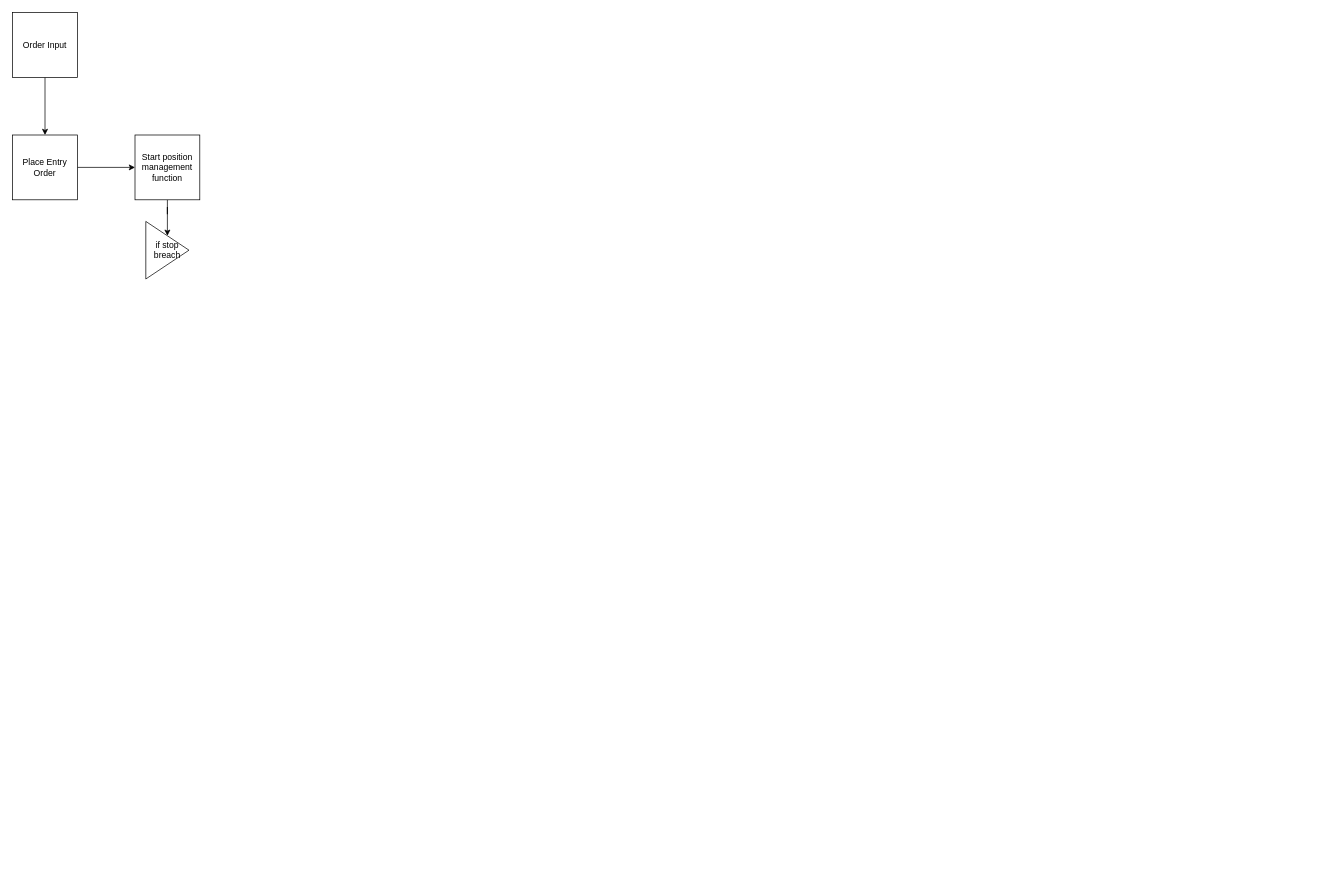
Before: backend/system.drawio in aharvey101/react-crypto-trader, a draw.io diagram. Source tidied: cells renumbered, new cells numbered last; positions are measured from the earlier drawing's top-left corner, leaving out a move shared by most shapes. Both pictures are drawn from the tidied source at 72%, with x=0, y=0 at pixel (12, 12).
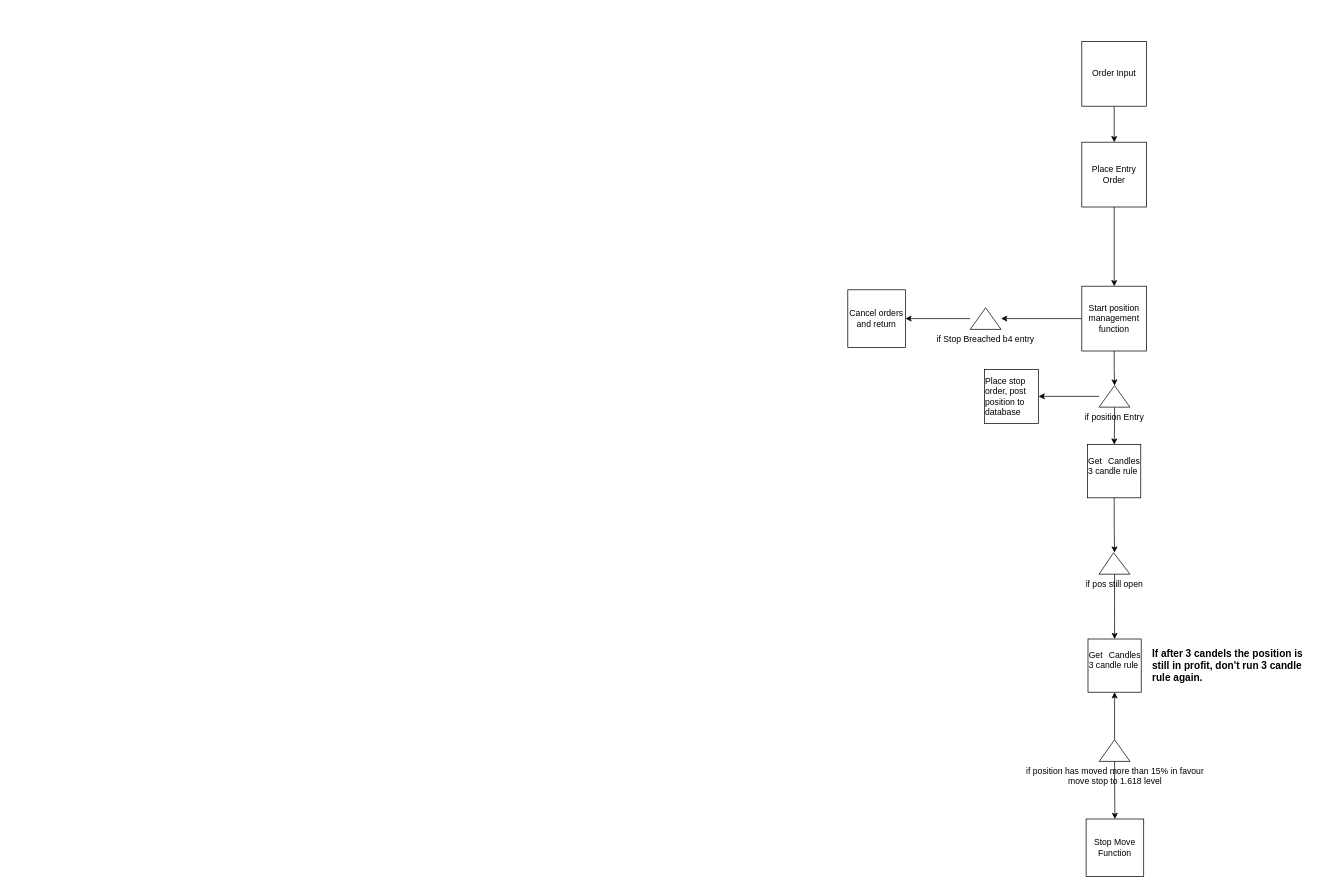
After the change.

Change to the diagram source:
```diff
@@
     <mxCell id="3" value="Order Input" style="whiteSpace=wrap;html=1;" parent="1" vertex="1">
-      <mxGeometry width="90" height="90" as="geometry" />
+      <mxGeometry x="1485" y="40" width="90" height="90" as="geometry" />
     </mxCell>
-    <mxCell id="4" style="edgeStyle=orthogonalEdgeStyle;rounded=0;jettySize=auto;html=1;" parent="1" edge="1" source="5" target="7">
+    <mxCell id="4" style="edgeStyle=orthogonalEdgeStyle;rounded=0;jettySize=auto;html=1;exitX=0.5;exitY=1;exitDx=0;exitDy=0;" parent="1" edge="1" source="5" target="7">
       <mxGeometry relative="1" as="geometry" />
     </mxCell>
     <mxCell id="5" value="Place Entry Order" style="whiteSpace=wrap;html=1;" parent="1" vertex="1">
-      <mxGeometry y="170" width="90" height="90" as="geometry" />
+      <mxGeometry x="1485" y="180" width="90" height="90" as="geometry" />
     </mxCell>
-    <mxCell id="6" style="edgeStyle=orthogonalEdgeStyle;rounded=0;jettySize=auto;html=1;" parent="1" edge="1" source="7" target="8">
-      <mxGeometry relative="1" as="geometry" />
-    </mxCell>
+    <mxCell id="9" style="edgeStyle=orthogonalEdgeStyle;rounded=0;jettySize=auto;html=1;" parent="1" edge="1" source="7" target="16">
+      <mxGeometry relative="1" as="geometry" />
+    </mxCell>
+    <mxCell id="10" style="edgeStyle=orthogonalEdgeStyle;rounded=0;jettySize=auto;html=1;" parent="1" edge="1" source="7" target="14">
+      <mxGeometry relative="1" as="geometry" />
+    </mxCell>
     <mxCell id="7" value="Start position management function" style="whiteSpace=wrap;html=1;" parent="1" vertex="1">
-      <mxGeometry x="170" y="170" width="90" height="90" as="geometry" />
+      <mxGeometry x="1485" y="380" width="90" height="90" as="geometry" />
     </mxCell>
-    <mxCell id="8" value="if stop breach" style="triangle;whiteSpace=wrap;html=1;rotation=0;" parent="1" vertex="1">
-      <mxGeometry x="185" y="290" width="60" height="80" as="geometry" />
-    </mxCell>
+    <mxCell id="11" value="Cancel orders and return" style="whiteSpace=wrap;html=1;" parent="1" vertex="1">
+      <mxGeometry x="1160" y="385" width="80" height="80" as="geometry" />
+    </mxCell>
+    <mxCell id="12" style="edgeStyle=orthogonalEdgeStyle;rounded=0;jettySize=auto;html=1;" parent="1" edge="1" source="14" target="18">
+      <mxGeometry relative="1" as="geometry" />
+    </mxCell>
+    <mxCell id="13" style="edgeStyle=orthogonalEdgeStyle;rounded=0;jettySize=auto;html=1;" parent="1" edge="1" source="14" target="17">
+      <mxGeometry relative="1" as="geometry" />
+    </mxCell>
+    <mxCell id="14" value="if position Entry" style="verticalLabelPosition=bottom;verticalAlign=top;html=1;shape=mxgraph.basic.acute_triangle;dx=0.5;" parent="1" vertex="1">
+      <mxGeometry x="1509" y="518" width="42.9" height="30" as="geometry" />
+    </mxCell>
+    <mxCell id="15" style="edgeStyle=orthogonalEdgeStyle;rounded=0;jettySize=auto;html=1;entryX=1;entryY=0.5;entryDx=0;entryDy=0;" parent="1" edge="1" source="16" target="11">
+      <mxGeometry relative="1" as="geometry" />
+    </mxCell>
+    <mxCell id="16" value="&lt;div style=&quot;text-align: justify&quot;&gt;&lt;span&gt;if Stop Breached b4 entry&lt;/span&gt;&lt;/div&gt;" style="verticalLabelPosition=bottom;verticalAlign=top;html=1;shape=mxgraph.basic.acute_triangle;dx=0.5;" parent="1" vertex="1">
+      <mxGeometry x="1330" y="410" width="42.9" height="30" as="geometry" />
+    </mxCell>
+    <mxCell id="17" value="&lt;div style=&quot;text-align: left&quot;&gt;&lt;span&gt;Place stop order, post position to database&lt;/span&gt;&lt;br&gt;&lt;/div&gt;" style="whiteSpace=wrap;html=1;" parent="1" vertex="1">
+      <mxGeometry x="1350" y="495.5" width="75" height="75" as="geometry" />
+    </mxCell>
+    <mxCell id="18" value="&lt;div style=&quot;text-align: justify&quot;&gt;&lt;span&gt;G&lt;/span&gt;&lt;span&gt;et Candles 3 candle rule&lt;/span&gt;&lt;/div&gt;&lt;div style=&quot;text-align: justify&quot;&gt;&lt;span&gt;&lt;br&gt;&lt;/span&gt;&lt;/div&gt;" style="whiteSpace=wrap;html=1;" parent="1" vertex="1">
+      <mxGeometry x="1493" y="600" width="73.9" height="73.9" as="geometry" />
+    </mxCell>
+    <mxCell id="19" value="&lt;div style=&quot;text-align: justify&quot;&gt;&lt;span&gt;G&lt;/span&gt;&lt;span&gt;et Candles 3 candle rule&lt;/span&gt;&lt;/div&gt;&lt;div style=&quot;text-align: justify&quot;&gt;&lt;span&gt;&lt;br&gt;&lt;/span&gt;&lt;/div&gt;" style="whiteSpace=wrap;html=1;" parent="1" vertex="1">
+      <mxGeometry x="1493.6" y="870" width="73.9" height="73.9" as="geometry" />
+    </mxCell>
+    <mxCell id="20" style="edgeStyle=orthogonalEdgeStyle;rounded=0;jettySize=auto;html=1;" parent="1" edge="1" source="22" target="19">
+      <mxGeometry relative="1" as="geometry" />
+    </mxCell>
+    <mxCell id="21" style="edgeStyle=orthogonalEdgeStyle;rounded=0;jettySize=auto;html=1;" parent="1" edge="1" source="22" target="27">
+      <mxGeometry relative="1" as="geometry" />
+    </mxCell>
+    <mxCell id="22" value="if position has moved more than 15% in favour&lt;br&gt;move stop to 1.618 level" style="verticalLabelPosition=bottom;verticalAlign=top;html=1;shape=mxgraph.basic.acute_triangle;dx=0.5;" parent="1" vertex="1">
+      <mxGeometry x="1509.1" y="1010" width="42.9" height="30" as="geometry" />
+    </mxCell>
+    <mxCell id="23" style="edgeStyle=orthogonalEdgeStyle;rounded=0;jettySize=auto;html=1;" parent="1" edge="1" source="24" target="19">
+      <mxGeometry relative="1" as="geometry" />
+    </mxCell>
+    <mxCell id="24" value="if pos still open" style="verticalLabelPosition=bottom;verticalAlign=top;html=1;shape=mxgraph.basic.acute_triangle;dx=0.47;" parent="1" vertex="1">
+      <mxGeometry x="1509" y="750" width="42.9" height="30" as="geometry" />
+    </mxCell>
+    <mxCell id="25" style="edgeStyle=orthogonalEdgeStyle;rounded=0;jettySize=auto;html=1;" parent="1" edge="1" source="18" target="24">
+      <mxGeometry relative="1" as="geometry" />
+    </mxCell>
+    <mxCell id="26" value="&lt;font style=&quot;font-size: 14px&quot;&gt;&lt;b&gt;If after 3 candels the position is still in profit, don't run 3 candle rule again.&lt;/b&gt;&lt;/font&gt;" style="text;html=1;strokeColor=none;fillColor=none;align=left;verticalAlign=middle;whiteSpace=wrap;rounded=0;" parent="1" vertex="1">
+      <mxGeometry x="1580.6" y="897" width="220" height="20" as="geometry" />
+    </mxCell>
+    <mxCell id="27" value="Stop Move Function" style="whiteSpace=wrap;html=1;" parent="1" vertex="1">
+      <mxGeometry x="1491" y="1120" width="80" height="80" as="geometry" />
+    </mxCell>
```
